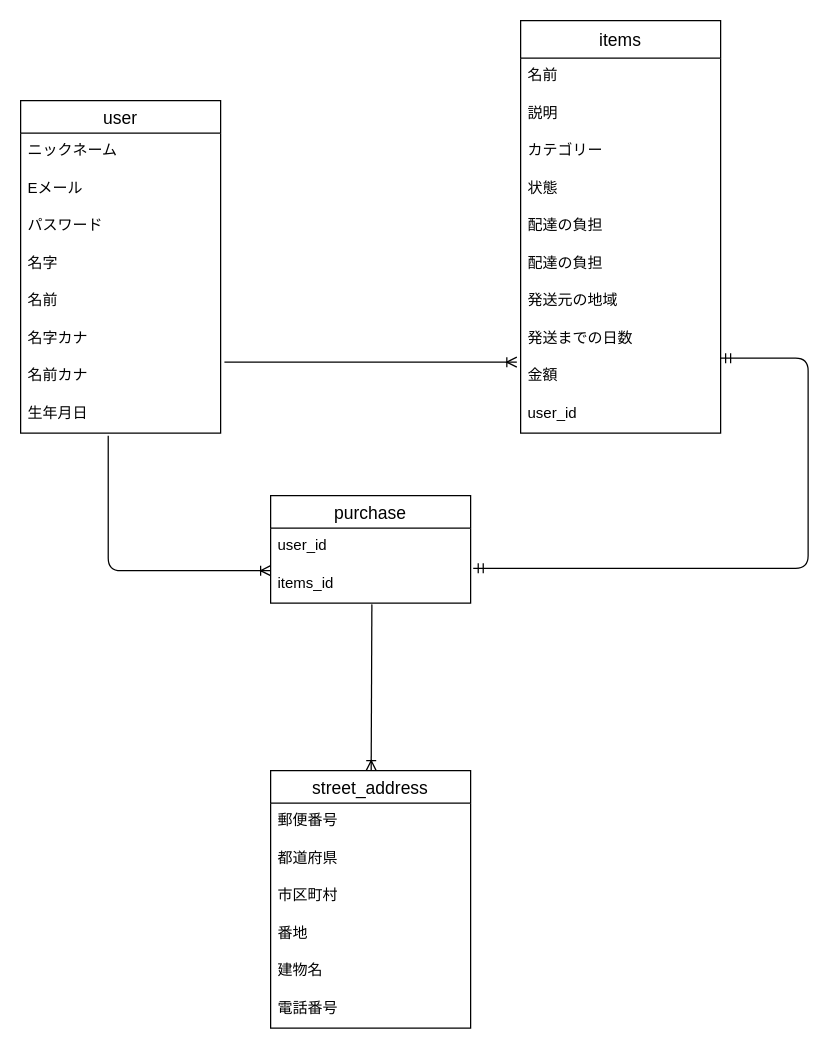
The draw.io diagram furima.dio in Gonta-prfm/furima-34576, before the edit. Source tidied: cells renumbered, new cells numbered last; positions are measured from the earlier drawing's top-left corner, leaving out a move shared by most shapes. Both pictures are drawn from the tidied source at 125%, with x=0, y=0 at pixel (20, 20).
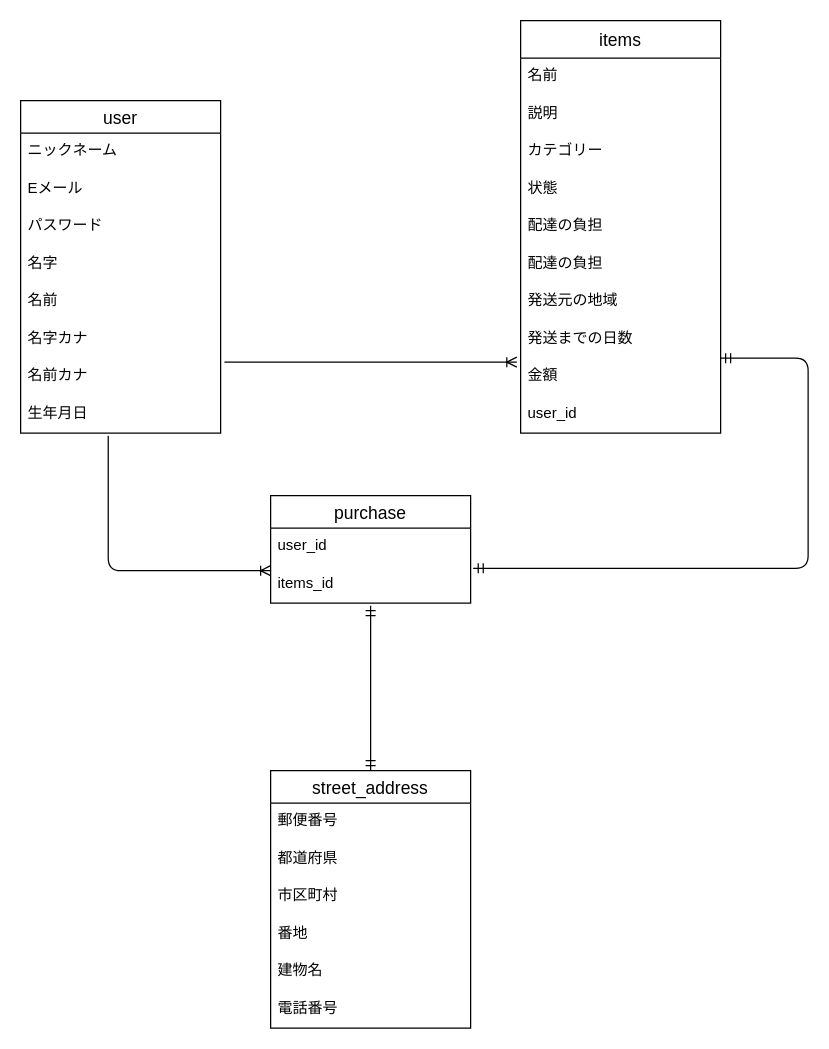
Above is the later version.

Commit message (it also covers changes not shown here):
データベース設計、ER図修正No.2

Unchanged cells that the change refers to:
```xml
<mxCell id="22" value="street_address" style="swimlane;fontStyle=0;horizontal=1;startSize=26;align=center;fontSize=14;" parent="1" vertex="1">
  <mxGeometry x="200" y="600" width="160" height="206" as="geometry" />
</mxCell>
```

Change to the diagram source:
```diff
@@
-    <mxCell id="35" style="fontSize=12;html=1;endArrow=ERoneToMany;" parent="1" edge="1" target="22">
-      <mxGeometry relative="1" as="geometry">
-        <mxPoint x="281" y="467" as="sourcePoint" />
-      </mxGeometry>
-    </mxCell>
+    <mxCell id="36" style="fontSize=12;html=1;endArrow=ERmandOne;startArrow=ERmandOne;entryX=0.5;entryY=0;entryDx=0;entryDy=0;" parent="1" edge="1" target="22">
+      <mxGeometry relative="1" as="geometry">
+        <mxPoint x="280" y="468" as="sourcePoint" />
+      </mxGeometry>
+    </mxCell>
```
